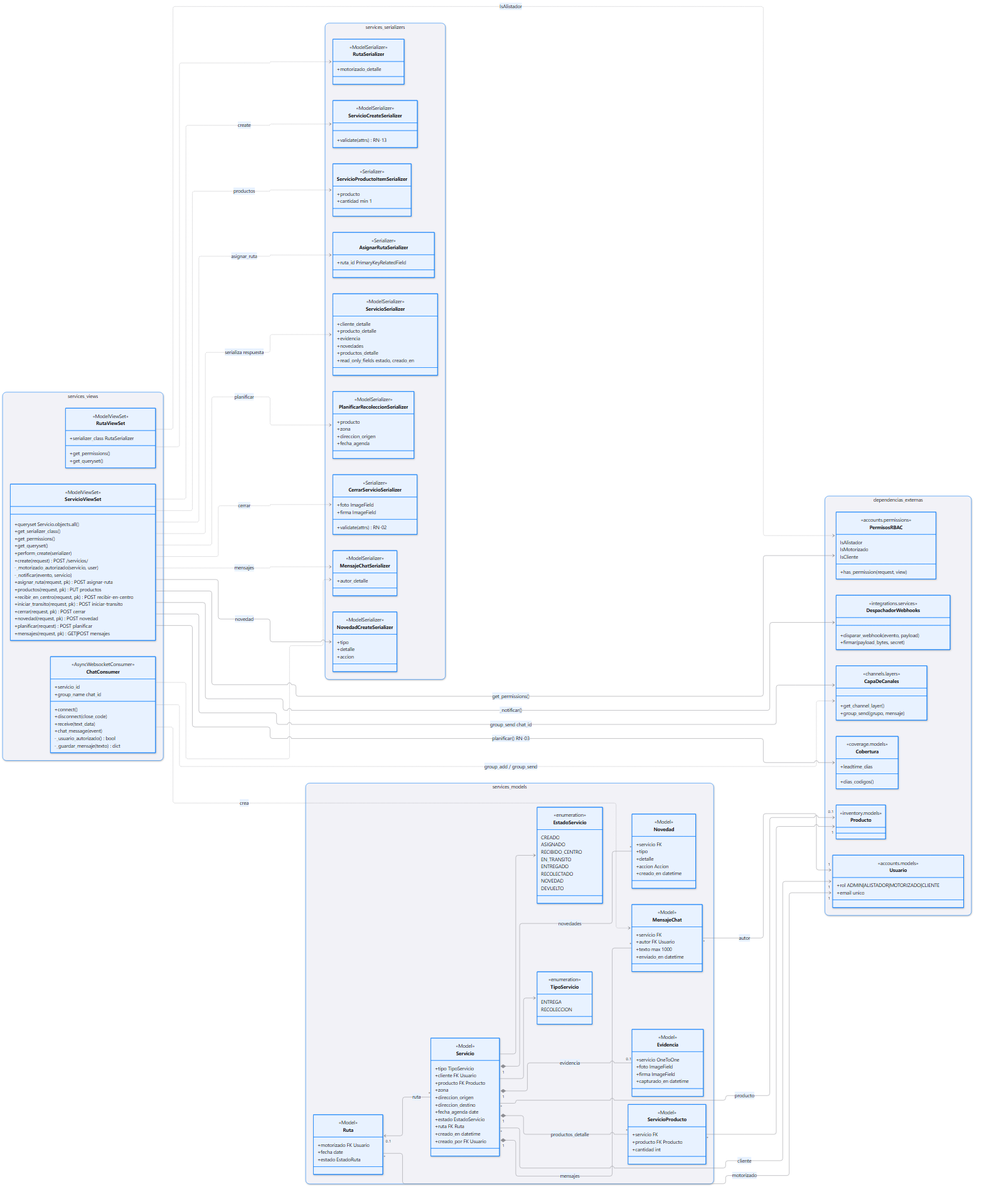
This is docs/diagrams/img/c4-4-codigo.png from javier5254/CEMDriver, a Mermaid export, as it was before one commit. Its source is kept beside it as docs/diagrams/src/c4-4-codigo.mmd. The source it was exported from:
```mermaid
classDiagram
    direction LR

    namespace services_views {
        class ServicioViewSet {
            <<ModelViewSet>>
            +queryset Servicio.objects.all()
            +get_serializer_class()
            +get_permissions()
            +get_queryset()
            +perform_create(serializer)
            +create(request) POST /servicios/
            -_motorizado_autorizado(servicio, user)
            -_notificar(evento, servicio)
            +asignar_ruta(request, pk) POST asignar-ruta
            +productos(request, pk) PUT productos
            +recibir_en_centro(request, pk) POST recibir-en-centro
            +iniciar_transito(request, pk) POST iniciar-transito
            +cerrar(request, pk) POST cerrar
            +novedad(request, pk) POST novedad
            +planificar(request) POST planificar
            +mensajes(request, pk) GET|POST mensajes
        }
        class RutaViewSet {
            <<ModelViewSet>>
            +serializer_class RutaSerializer
            +get_permissions()
            +get_queryset()
        }
        class ChatConsumer {
            <<AsyncWebsocketConsumer>>
            +servicio_id
            +group_name chat_id
            +connect()
            +disconnect(close_code)
            +receive(text_data)
            +chat_message(event)
            -_usuario_autorizado() bool
            -_guardar_mensaje(texto) dict
        }
    }

    namespace services_serializers {
        class ServicioSerializer {
            <<ModelSerializer>>
            +cliente_detalle
            +producto_detalle
            +evidencia
            +novedades
            +productos_detalle
            +read_only_fields estado, creado_en
        }
        class ServicioCreateSerializer {
            <<ModelSerializer>>
            +validate(attrs) RN-13
        }
        class AsignarRutaSerializer {
            <<Serializer>>
            +ruta_id PrimaryKeyRelatedField
        }
        class CerrarServicioSerializer {
            <<Serializer>>
            +foto ImageField
            +firma ImageField
            +validate(attrs) RN-02
        }
        class NovedadCreateSerializer {
            <<ModelSerializer>>
            +tipo
            +detalle
            +accion
        }
        class PlanificarRecoleccionSerializer {
            <<ModelSerializer>>
            +producto
            +zona
            +direccion_origen
            +fecha_agenda
        }
        class ServicioProductoItemSerializer {
            <<Serializer>>
            +producto
            +cantidad min 1
        }
        class MensajeChatSerializer {
            <<ModelSerializer>>
            +autor_detalle
        }
        class RutaSerializer {
            <<ModelSerializer>>
            +motorizado_detalle
        }
    }

    namespace services_models {
        class Servicio {
            <<Model>>
            +tipo TipoServicio
            +cliente FK Usuario
            +producto FK Producto
            +zona
            +direccion_origen
            +direccion_destino
            +fecha_agenda date
            +estado EstadoServicio
            +ruta FK Ruta
            +creado_en datetime
            +creado_por FK Usuario
        }
        class Ruta {
            <<Model>>
            +motorizado FK Usuario
            +fecha date
            +estado EstadoRuta
        }
        class ServicioProducto {
            <<Model>>
            +servicio FK
            +producto FK Producto
            +cantidad int
        }
        class Evidencia {
            <<Model>>
            +servicio OneToOne
            +foto ImageField
            +firma ImageField
            +capturado_en datetime
        }
        class Novedad {
            <<Model>>
            +servicio FK
            +tipo
            +detalle
            +accion Accion
            +creado_en datetime
        }
        class MensajeChat {
            <<Model>>
            +servicio FK
            +autor FK Usuario
            +texto max 1000
            +enviado_en datetime
        }
        class EstadoServicio {
            <<enumeration>>
            CREADO
            ASIGNADO
            RECIBIDO_CENTRO
            EN_TRANSITO
            ENTREGADO
            RECOLECTADO
            NOVEDAD
            DEVUELTO
        }
        class TipoServicio {
            <<enumeration>>
            ENTREGA
            RECOLECCION
        }
    }

    namespace dependencias_externas {
        class Usuario {
            <<accounts.models>>
            +rol ADMIN|ALISTADOR|MOTORIZADO|CLIENTE
            +email unico
        }
        class PermisosRBAC {
            <<accounts.permissions>>
            IsAlistador
            IsMotorizado
            IsCliente
            +has_permission(request, view)
        }
        class Cobertura {
            <<coverage.models>>
            +leadtime_dias
            +dias_codigos()
        }
        class Producto {
            <<inventory.models>>
        }
        class DespachadorWebhooks {
            <<integrations.services>>
            +disparar_webhook(evento, payload)
            +firmar(payload_bytes, secret)
        }
        class CapaDeCanales {
            <<channels.layers>>
            +get_channel_layer()
            +group_send(grupo, mensaje)
        }
    }

    ServicioViewSet ..> ServicioSerializer : serializa respuesta
    ServicioViewSet ..> ServicioCreateSerializer : create
    ServicioViewSet ..> AsignarRutaSerializer : asignar_ruta
    ServicioViewSet ..> CerrarServicioSerializer : cerrar
    ServicioViewSet ..> NovedadCreateSerializer : novedad
    ServicioViewSet ..> PlanificarRecoleccionSerializer : planificar
    ServicioViewSet ..> ServicioProductoItemSerializer : productos
    ServicioViewSet ..> MensajeChatSerializer : mensajes
    RutaViewSet ..> RutaSerializer
    ChatConsumer ..> MensajeChatSerializer
    ChatConsumer ..> MensajeChat : crea

    ServicioViewSet ..> PermisosRBAC : get_permissions()
    RutaViewSet ..> PermisosRBAC : IsAlistador
    ServicioViewSet ..> DespachadorWebhooks : _notificar()
    ServicioViewSet ..> CapaDeCanales : group_send chat_id
    ChatConsumer ..> CapaDeCanales : group_add / group_send
    ServicioViewSet ..> Cobertura : planificar() RN-03

    Ruta "0..1" <-- "*" Servicio : ruta
    Servicio "1" *-- "*" ServicioProducto : productos_detalle
    Servicio "1" *-- "0..1" Evidencia : evidencia
    Servicio "1" *-- "*" Novedad : novedades
    Servicio "1" *-- "*" MensajeChat : mensajes
    Servicio --> EstadoServicio
    Servicio --> TipoServicio
    Servicio "*" --> "1" Usuario : cliente
    Ruta "*" --> "1" Usuario : motorizado
    MensajeChat "*" --> "1" Usuario : autor
    ServicioProducto "*" --> "1" Producto
    Servicio "*" --> "0..1" Producto : producto
```
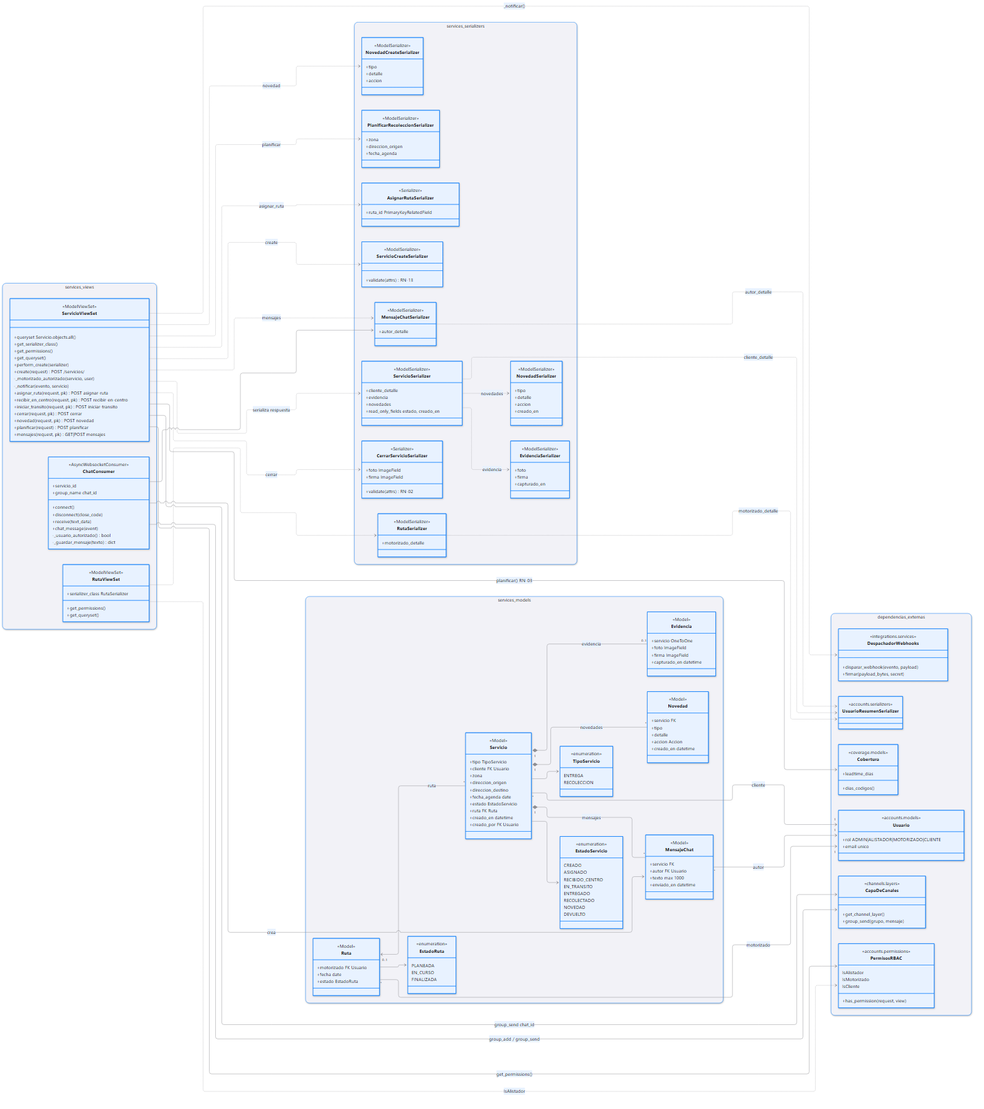
The same diagram one commit later.

Change to the diagram source:
```diff
@@ -13,7 +13,6 @@
             -_motorizado_autorizado(servicio, user)
             -_notificar(evento, servicio)
             +asignar_ruta(request, pk) POST asignar-ruta
-            +productos(request, pk) PUT productos
             +recibir_en_centro(request, pk) POST recibir-en-centro
             +iniciar_transito(request, pk) POST iniciar-transito
             +cerrar(request, pk) POST cerrar
@@ -44,10 +43,8 @@
         class ServicioSerializer {
             <<ModelSerializer>>
             +cliente_detalle
-            +producto_detalle
             +evidencia
             +novedades
-            +productos_detalle
             +read_only_fields estado, creado_en
         }
         class ServicioCreateSerializer {
@@ -72,15 +69,22 @@
         }
         class PlanificarRecoleccionSerializer {
             <<ModelSerializer>>
-            +producto
             +zona
             +direccion_origen
             +fecha_agenda
         }
-        class ServicioProductoItemSerializer {
-            <<Serializer>>
-            +producto
-            +cantidad min 1
+        class EvidenciaSerializer {
+            <<ModelSerializer>>
+            +foto
+            +firma
+            +capturado_en
+        }
+        class NovedadSerializer {
+            <<ModelSerializer>>
+            +tipo
+            +detalle
+            +accion
+            +creado_en
         }
         class MensajeChatSerializer {
             <<ModelSerializer>>
@@ -97,7 +101,6 @@
             <<Model>>
             +tipo TipoServicio
             +cliente FK Usuario
-            +producto FK Producto
             +zona
             +direccion_origen
             +direccion_destino
@@ -112,12 +115,6 @@
             +motorizado FK Usuario
             +fecha date
             +estado EstadoRuta
-        }
-        class ServicioProducto {
-            <<Model>>
-            +servicio FK
-            +producto FK Producto
-            +cantidad int
         }
         class Evidencia {
             <<Model>>
@@ -157,6 +154,12 @@
             ENTREGA
             RECOLECCION
         }
+        class EstadoRuta {
+            <<enumeration>>
+            PLANEADA
+            EN_CURSO
+            FINALIZADA
+        }
     }
 
     namespace dependencias_externas {
@@ -164,6 +167,9 @@
             <<accounts.models>>
             +rol ADMIN|ALISTADOR|MOTORIZADO|CLIENTE
             +email unico
+        }
+        class UsuarioResumenSerializer {
+            <<accounts.serializers>>
         }
         class PermisosRBAC {
             <<accounts.permissions>>
@@ -176,9 +182,6 @@
             <<coverage.models>>
             +leadtime_dias
             +dias_codigos()
-        }
-        class Producto {
-            <<inventory.models>>
         }
         class DespachadorWebhooks {
             <<integrations.services>>
@@ -198,12 +201,16 @@
     ServicioViewSet ..> CerrarServicioSerializer : cerrar
     ServicioViewSet ..> NovedadCreateSerializer : novedad
     ServicioViewSet ..> PlanificarRecoleccionSerializer : planificar
-    ServicioViewSet ..> ServicioProductoItemSerializer : productos
     ServicioViewSet ..> MensajeChatSerializer : mensajes
     RutaViewSet ..> RutaSerializer
+    ServicioSerializer ..> EvidenciaSerializer : evidencia
+    ServicioSerializer ..> NovedadSerializer : novedades
     ChatConsumer ..> MensajeChatSerializer
     ChatConsumer ..> MensajeChat : crea
 
+    ServicioSerializer ..> UsuarioResumenSerializer : cliente_detalle
+    MensajeChatSerializer ..> UsuarioResumenSerializer : autor_detalle
+    RutaSerializer ..> UsuarioResumenSerializer : motorizado_detalle
     ServicioViewSet ..> PermisosRBAC : get_permissions()
     RutaViewSet ..> PermisosRBAC : IsAlistador
     ServicioViewSet ..> DespachadorWebhooks : _notificar()
@@ -212,14 +219,12 @@
     ServicioViewSet ..> Cobertura : planificar() RN-03
 
     Ruta "0..1" <-- "*" Servicio : ruta
-    Servicio "1" *-- "*" ServicioProducto : productos_detalle
     Servicio "1" *-- "0..1" Evidencia : evidencia
     Servicio "1" *-- "*" Novedad : novedades
     Servicio "1" *-- "*" MensajeChat : mensajes
     Servicio --> EstadoServicio
     Servicio --> TipoServicio
+    Ruta --> EstadoRuta
     Servicio "*" --> "1" Usuario : cliente
     Ruta "*" --> "1" Usuario : motorizado
     MensajeChat "*" --> "1" Usuario : autor
-    ServicioProducto "*" --> "1" Producto
-    Servicio "*" --> "0..1" Producto : producto
```
